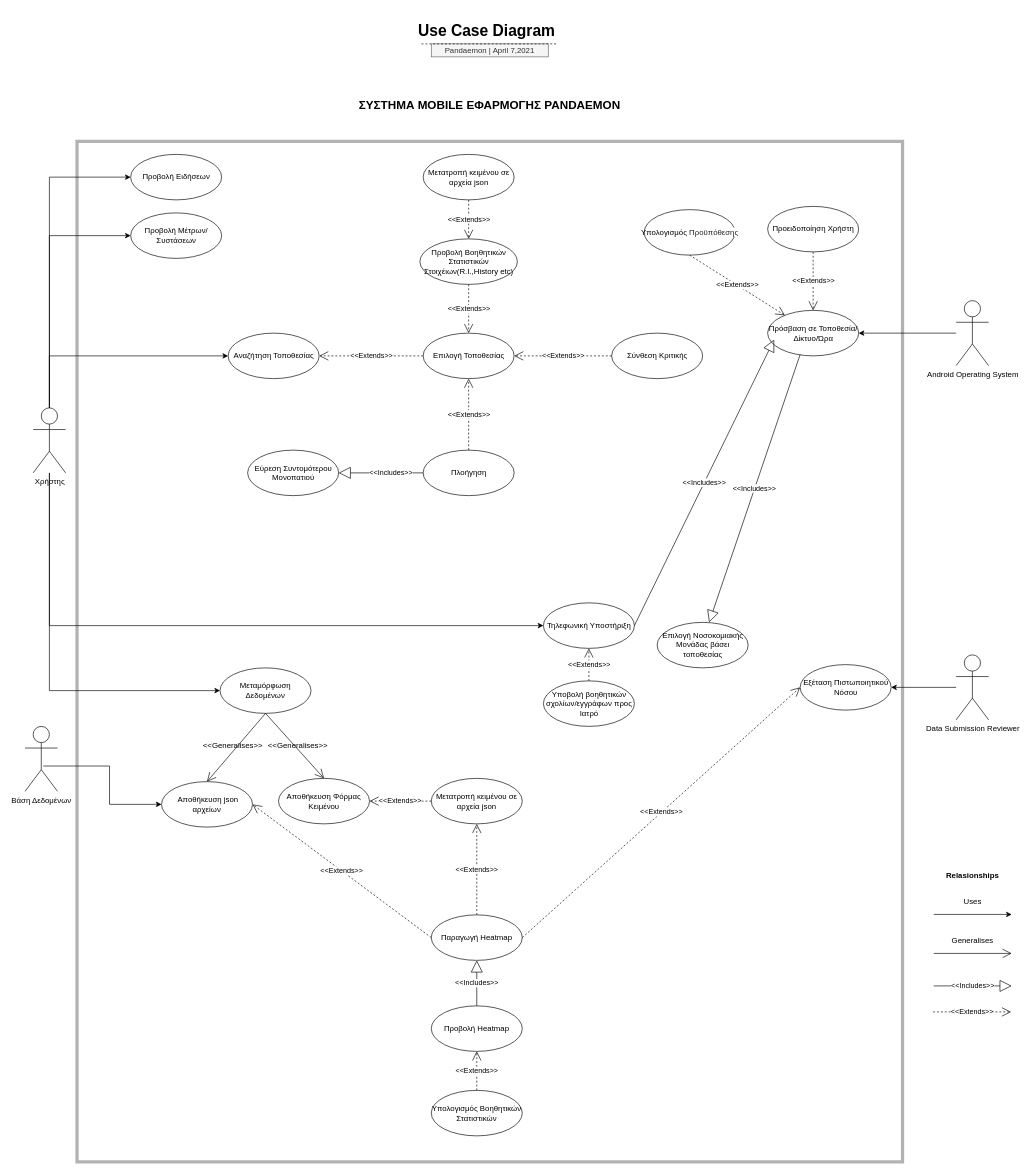
Above: Documents/DrawioResources/UseCaseDiagram.drawio in Mario-Sama/SoftEngProject2021 (draw.io), before the change. Source tidied: cells renumbered, new cells numbered last; positions are measured from the earlier drawing's top-left corner, leaving out a move shared by most shapes. Both pictures are drawn from the tidied source at 65%, with x=0, y=0 at pixel (25, 18).
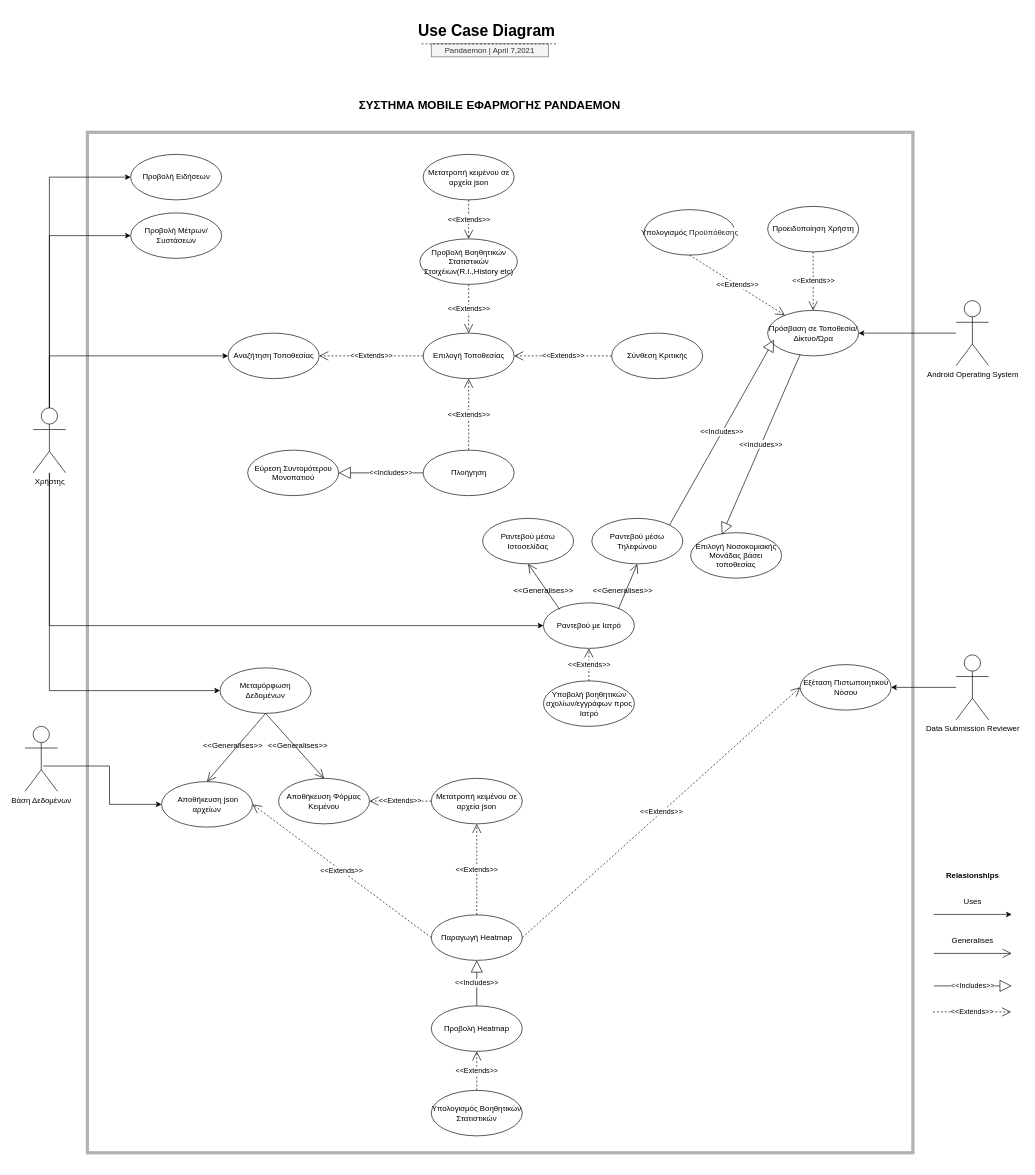
Above is the later version.

The change refers to these unchanged cells:
```xml
<mxCell id="7" value="Πρόσβαση σε Τοποθεσία/Δίκτυο/Ώρα" style="ellipse;whiteSpace=wrap;html=1;" parent="1" vertex="1">
  <mxGeometry x="1142.5" y="450" width="140" height="70" as="geometry" />
</mxCell>
```

Change to the diagram source:
```diff
@@
-    <mxCell id="9" value="Τηλεφωνική Υποστήριξη" style="ellipse;whiteSpace=wrap;html=1;" parent="1" vertex="1">
+    <mxCell id="9" value="Ραντεβού με Ιατρό" style="ellipse;whiteSpace=wrap;html=1;" parent="1" vertex="1">
       <mxGeometry x="797.5" y="900" width="140" height="70" as="geometry" />
     </mxCell>
@@
     <mxCell id="26" value="Επιλογή Νοσοκομιακής Μονάδας βάσει τοποθεσίας" style="ellipse;whiteSpace=wrap;html=1;" parent="1" vertex="1">
-      <mxGeometry x="972.5" y="930" width="140" height="70" as="geometry" />
+      <mxGeometry x="1024" y="792" width="140" height="70" as="geometry" />
     </mxCell>
@@
-    <mxCell id="53" value="&amp;lt;&amp;lt;Includes&amp;gt;&amp;gt;" style="endArrow=block;endSize=16;endFill=0;html=1;fontFamily=Helvetica;exitX=1;exitY=0.5;exitDx=0;exitDy=0;entryX=0.071;entryY=0.643;entryDx=0;entryDy=0;entryPerimeter=0;" parent="1" edge="1" source="9" target="7">
+    <mxCell id="53" value="&amp;lt;&amp;lt;Includes&amp;gt;&amp;gt;" style="endArrow=block;endSize=16;endFill=0;html=1;fontFamily=Helvetica;entryX=0.071;entryY=0.643;entryDx=0;entryDy=0;entryPerimeter=0;exitX=1;exitY=0;exitDx=0;exitDy=0;" parent="1" edge="1" source="71" target="7">
       <mxGeometry relative="1" as="geometry" />
     </mxCell>
-    <mxCell id="54" value="&amp;lt;&amp;lt;Includes&amp;gt;&amp;gt;" style="endArrow=block;endSize=16;endFill=0;html=1;fontFamily=Helvetica;exitX=0.357;exitY=0.971;exitDx=0;exitDy=0;exitPerimeter=0;entryX=0.571;entryY=0;entryDx=0;entryDy=0;entryPerimeter=0;" parent="1" edge="1" source="7" target="26">
+    <mxCell id="54" value="&amp;lt;&amp;lt;Includes&amp;gt;&amp;gt;" style="endArrow=block;endSize=16;endFill=0;html=1;fontFamily=Helvetica;exitX=0.357;exitY=0.971;exitDx=0;exitDy=0;exitPerimeter=0;entryX=0.344;entryY=0.041;entryDx=0;entryDy=0;entryPerimeter=0;" parent="1" edge="1" source="7" target="26">
       <mxGeometry relative="1" as="geometry" />
     </mxCell>
@@
     <mxCell id="69" style="rounded=0;whiteSpace=wrap;html=1;fillColor=none;strokeWidth=5;perimeterSpacing=0;opacity=30;" parent="1" vertex="1">
-      <mxGeometry x="80" y="190" width="1270" height="1570" as="geometry" />
+      <mxGeometry x="96" y="176" width="1270" height="1570" as="geometry" />
     </mxCell>
+    <mxCell id="70" value="Ραντεβού μέσω Ιστοσελίδας" style="ellipse;whiteSpace=wrap;html=1;" parent="1" vertex="1">
+      <mxGeometry x="704" y="770" width="140" height="70" as="geometry" />
+    </mxCell>
+    <mxCell id="71" value="Ραντεβού μέσω Τηλεφώνου" style="ellipse;whiteSpace=wrap;html=1;" parent="1" vertex="1">
+      <mxGeometry x="872" y="770" width="140" height="70" as="geometry" />
+    </mxCell>
+    <mxCell id="72" style="endArrow=open;endFill=1;endSize=12;html=1;fontFamily=Helvetica;exitX=0.178;exitY=0.143;exitDx=0;exitDy=0;entryX=0.5;entryY=1;entryDx=0;entryDy=0;exitPerimeter=0;" parent="1" edge="1" source="9" target="70">
+      <mxGeometry relative="1" as="geometry" />
+    </mxCell>
+    <mxCell id="73" style="endArrow=open;endFill=1;endSize=12;html=1;fontFamily=Helvetica;exitX=0.824;exitY=0.133;exitDx=0;exitDy=0;entryX=0.5;entryY=1;entryDx=0;entryDy=0;exitPerimeter=0;" parent="1" edge="1" source="9" target="71">
+      <mxGeometry relative="1" as="geometry" />
+    </mxCell>
+    <mxCell id="74" value="&amp;lt;&amp;lt;Generalises&amp;gt;&amp;gt;" style="text;html=1;strokeColor=none;fillColor=none;align=center;verticalAlign=middle;whiteSpace=wrap;rounded=0;fontFamily=Helvetica;" parent="1" vertex="1">
+      <mxGeometry x="757.5" y="872" width="80" height="20" as="geometry" />
+    </mxCell>
+    <mxCell id="75" value="&amp;lt;&amp;lt;Generalises&amp;gt;&amp;gt;" style="text;html=1;strokeColor=none;fillColor=none;align=center;verticalAlign=middle;whiteSpace=wrap;rounded=0;fontFamily=Helvetica;" parent="1" vertex="1">
+      <mxGeometry x="880" y="872" width="80" height="20" as="geometry" />
+    </mxCell>
```
